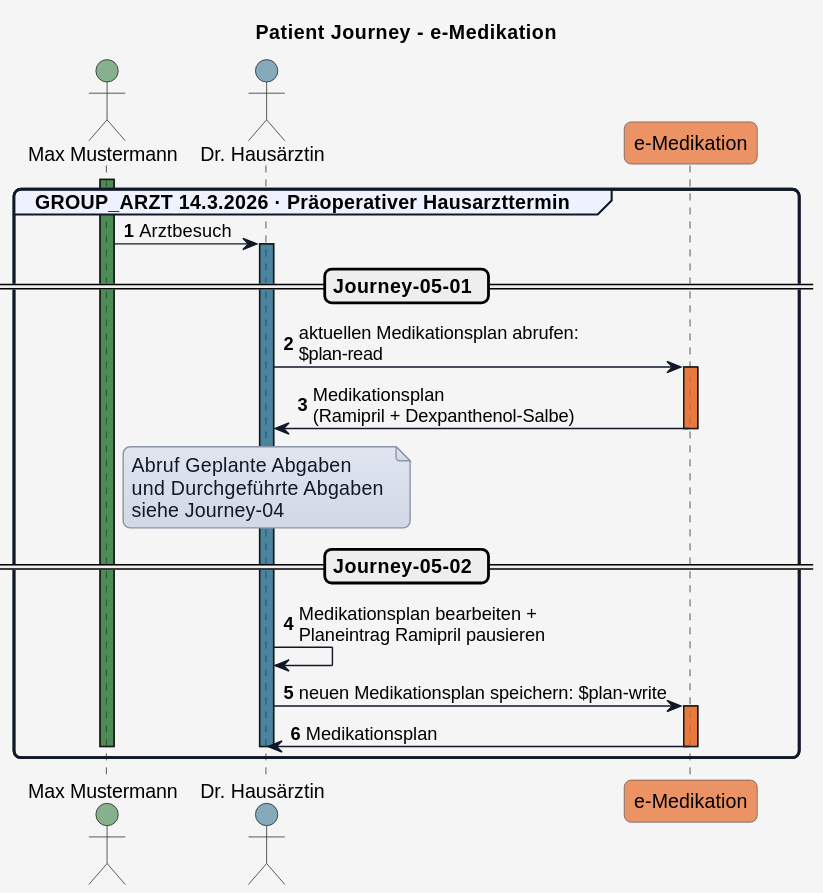
Before: r4-ELGA-e-Medikation-main/plantuml/patient_journey_05.svg, a diagram exported from PlantUML (HL7Austria/hl7austria.github.io). The source it was exported from:
```plantuml
@startuml
title Patient Journey - e-Medikation

skinparam borderColor #000000
skinparam backgroundColor #f5f5f5
skinparam shadowing false
skinparam roundCorner 10
skinparam defaultFontName "Arial"
skinparam defaultFontSize 14
skinparam defaultFontColor #000000

skinparam HyperlinkColor #0000EE
skinparam HyperlinkUnderline false

skinparam BoxPadding 20
skinparam BoxBorderColor #555555

skinparam note {
  BackgroundColor #e0e5f0-#d1d9e6
  BorderColor #8b95a5
  BorderThickness 1
  RoundCorner 0
  Padding 6
  FontColor #111827
  Shadowing false
}

skinparam sequence {
  ParticipantBorderColor #555555
  ParticipantBackgroundColor #ffffff
  ParticipantFontColor #000000
  ParticipantFontSize 14
  ParticipantPadding 20
  ArrowColor #111827
  ArrowThickness 1
  ArrowFontColor #000000
  ArrowFontSize 13
  GroupBorderColor #111827
  GroupBackgroundColor #eef2ff
  GroupBorderThickness 2
}

!define COLOR_GDA_1    #15608280
!define COLOR_GDA_2    #96607D80
!define COLOR_GDA_3    #beaf3c80
!define COLOR_PATIENT  #196B2480
!define COLOR_APO      #0F9ED590
!define COLOR_EMED_FA  #e97232bd
!define COLOR_OK       #0F9ED525
!define COLOR_ERROR    #E9713235


actor Patient as "Max Mustermann" COLOR_PATIENT
actor Arzt_1 as "Dr. Hausärztin" COLOR_GDA_1
participant eMed_FA as "e-Medikation" COLOR_EMED_FA



autonumber

group GROUP_ARZT 14.3.2026 · Präoperativer Hausarzttermin

  activate Patient COLOR_PATIENT
  Patient -> Arzt_1: Arztbesuch
  activate Arzt_1 COLOR_GDA_1

  == Journey-05-01 ==

  Arzt_1 -> eMed_FA: aktuellen Medikationsplan abrufen:\n$plan-read
  activate eMed_FA COLOR_EMED_FA
  eMed_FA -> Arzt_1: Medikationsplan\n(Ramipril + Dexpanthenol-Salbe)
  deactivate eMed_FA
  note over Arzt_1
  Abruf Geplante Abgaben
  und Durchgeführte Abgaben
  siehe Journey-04
  end note
  deactivate eMed_FA

  == Journey-05-02 ==

  Arzt_1 -> Arzt_1: Medikationsplan bearbeiten +\nPlaneintrag Ramipril pausieren
  Arzt_1 -> eMed_FA: neuen Medikationsplan speichern: $plan-write
  activate eMed_FA COLOR_EMED_FA
  eMed_FA -> Arzt_1: Medikationsplan
  deactivate eMed_FA
  deactivate Patient
  deactivate Arzt_1


end
@enduml
```
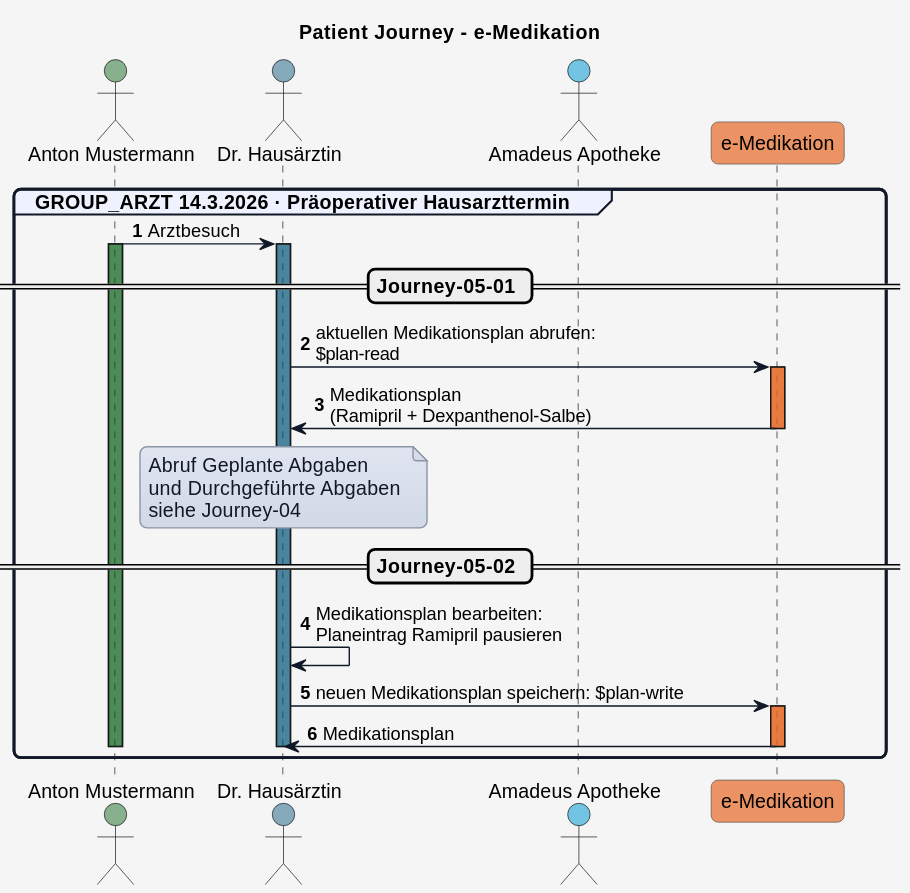
The same file after the commit.

The edit, as a diff of the source:
```diff
@@ -50,8 +50,9 @@
 !define COLOR_ERROR    #E9713235
 
 
-actor Patient as "Max Mustermann" COLOR_PATIENT
-actor Arzt_1 as "Dr. Hausärztin" COLOR_GDA_1
+actor Patient as "Anton Mustermann" COLOR_PATIENT
+actor Arzt_2 as "Dr. Hausärztin" COLOR_GDA_1
+actor Apotheke as "Amadeus Apotheke" COLOR_APO
 participant eMed_FA as "e-Medikation" COLOR_EMED_FA
 
 
@@ -60,17 +61,17 @@
 
 group GROUP_ARZT 14.3.2026 · Präoperativer Hausarzttermin
 
+  Patient -> Arzt_2: Arztbesuch
   activate Patient COLOR_PATIENT
-  Patient -> Arzt_1: Arztbesuch
-  activate Arzt_1 COLOR_GDA_1
+  activate Arzt_2 COLOR_GDA_1
 
   == Journey-05-01 ==
 
-  Arzt_1 -> eMed_FA: aktuellen Medikationsplan abrufen:\n$plan-read
+  Arzt_2 -> eMed_FA: aktuellen Medikationsplan abrufen:\n$plan-read
   activate eMed_FA COLOR_EMED_FA
-  eMed_FA -> Arzt_1: Medikationsplan\n(Ramipril + Dexpanthenol-Salbe)
+  eMed_FA -> Arzt_2: Medikationsplan\n(Ramipril + Dexpanthenol-Salbe)
   deactivate eMed_FA
-  note over Arzt_1
+  note over Arzt_2
   Abruf Geplante Abgaben
   und Durchgeführte Abgaben
   siehe Journey-04
@@ -79,13 +80,13 @@
 
   == Journey-05-02 ==
 
-  Arzt_1 -> Arzt_1: Medikationsplan bearbeiten +\nPlaneintrag Ramipril pausieren
-  Arzt_1 -> eMed_FA: neuen Medikationsplan speichern: $plan-write
+  Arzt_2 -> Arzt_2: Medikationsplan bearbeiten:\nPlaneintrag Ramipril pausieren
+  Arzt_2 -> eMed_FA: neuen Medikationsplan speichern: $plan-write
   activate eMed_FA COLOR_EMED_FA
-  eMed_FA -> Arzt_1: Medikationsplan
+  eMed_FA -> Arzt_2: Medikationsplan
   deactivate eMed_FA
   deactivate Patient
-  deactivate Arzt_1
+  deactivate Arzt_2
 
 
 end
```
